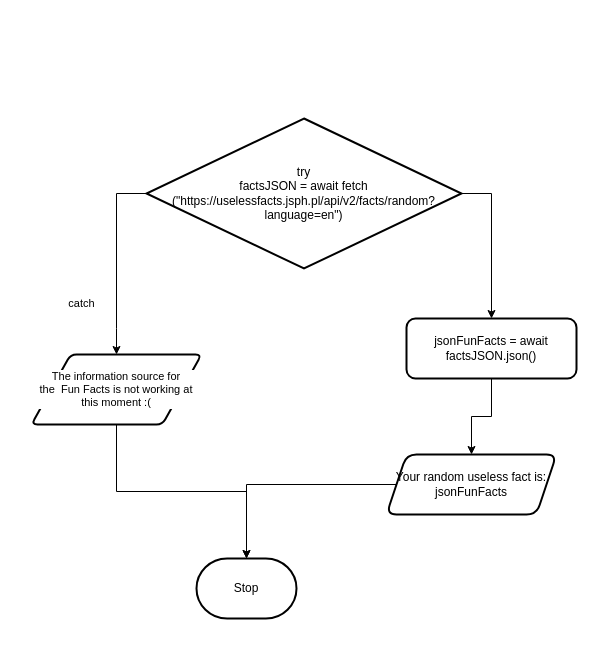
This is design/flowchart.drawio from MTHS-ICD2O-1-2024/ICD2O-Assignment-06-Olivia-Ten-Den, a draw.io file, before an edit. Source tidied: cells renumbered, new cells numbered last; positions are measured from the earlier drawing's top-left corner, leaving out a move shared by most shapes. Both pictures are drawn from the tidied source at 100%, with x=0, y=0 at pixel (31, 118).
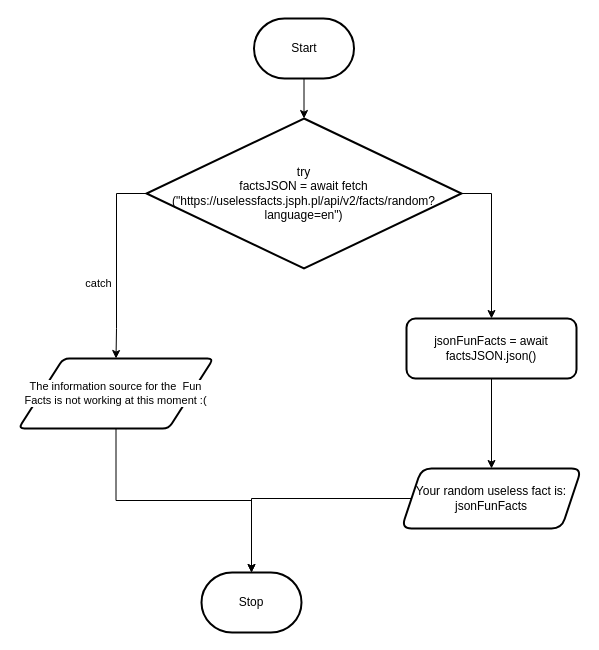
Above is the later version.

Diff of the diagram source:
```diff
@@
 <mxGraphModel>
   <root>
     <mxCell id="0" />
     <mxCell id="1" parent="0" />
     <mxCell id="2" value="Stop" style="strokeWidth=2;html=1;shape=mxgraph.flowchart.terminator;whiteSpace=wrap;" parent="1" vertex="1">
-      <mxGeometry x="165" y="440" width="100" height="60" as="geometry" />
+      <mxGeometry x="170" y="454" width="100" height="60" as="geometry" />
     </mxCell>
     <mxCell id="3" style="edgeStyle=orthogonalEdgeStyle;shape=connector;rounded=0;html=1;strokeColor=default;align=center;verticalAlign=middle;fontFamily=Helvetica;fontSize=11;fontColor=default;labelBackgroundColor=default;endArrow=classic;entryX=0.5;entryY=0;entryDx=0;entryDy=0;" parent="1" edge="1" source="5" target="6">
       <mxGeometry relative="1" as="geometry">
         <Array as="points">
           <mxPoint x="85" y="75" />
           <mxPoint x="85" y="210" />
         </Array>
       </mxGeometry>
     </mxCell>
     <mxCell id="4" style="edgeStyle=orthogonalEdgeStyle;shape=connector;rounded=0;html=1;strokeColor=default;align=center;verticalAlign=middle;fontFamily=Helvetica;fontSize=11;fontColor=default;labelBackgroundColor=default;endArrow=classic;entryX=0.5;entryY=0;entryDx=0;entryDy=0;" parent="1" edge="1" source="5" target="9">
       <mxGeometry relative="1" as="geometry">
         <Array as="points">
           <mxPoint x="460" y="75" />
         </Array>
       </mxGeometry>
     </mxCell>
     <mxCell id="5" value="try&lt;div&gt;factsJSON = await fetch&lt;/div&gt;&lt;div&gt;(&quot;https://uselessfacts.jsph.pl/api/v2/facts/random?language=en&quot;)&lt;/div&gt;" style="rhombus;whiteSpace=wrap;html=1;strokeWidth=2;" parent="1" vertex="1">
       <mxGeometry x="115" width="315" height="150" as="geometry" />
     </mxCell>
     <mxCell id="6" value="The information source for the&amp;nbsp;&lt;span style=&quot;color: rgb(0, 0, 0);&quot;&gt;&amp;nbsp;Fun Facts&amp;nbsp;&lt;/span&gt;is not working at this moment :(" style="shape=parallelogram;html=1;strokeWidth=2;perimeter=parallelogramPerimeter;whiteSpace=wrap;rounded=1;arcSize=12;size=0.23;fontFamily=Helvetica;fontSize=11;fontColor=default;labelBackgroundColor=default;" parent="1" vertex="1">
-      <mxGeometry y="236" width="170" height="70" as="geometry" />
+      <mxGeometry x="-13" y="240" width="195" height="70" as="geometry" />
     </mxCell>
     <mxCell id="7" value="catch" style="text;html=1;align=center;verticalAlign=middle;strokeColor=none;fillColor=none;fontFamily=Helvetica;fontSize=11;fontColor=default;labelBackgroundColor=default;" parent="1" vertex="1">
-      <mxGeometry x="25" y="170" width="50" height="30" as="geometry" />
+      <mxGeometry x="42" y="150" width="50" height="30" as="geometry" />
     </mxCell>
     <mxCell id="8" style="edgeStyle=orthogonalEdgeStyle;shape=connector;rounded=0;html=1;strokeColor=default;align=center;verticalAlign=middle;fontFamily=Helvetica;fontSize=11;fontColor=default;labelBackgroundColor=default;endArrow=classic;" parent="1" edge="1" source="9" target="10">
       <mxGeometry relative="1" as="geometry" />
     </mxCell>
     <mxCell id="9" value="jsonFunFacts = await factsJSON.json()" style="rounded=1;whiteSpace=wrap;html=1;strokeWidth=2;" parent="1" vertex="1">
       <mxGeometry x="375" y="200" width="170" height="60" as="geometry" />
     </mxCell>
     <mxCell id="10" value="Your random useless fact is: jsonFunFacts" style="shape=parallelogram;perimeter=parallelogramPerimeter;whiteSpace=wrap;html=1;fixedSize=1;rounded=1;strokeWidth=2;" parent="1" vertex="1">
-      <mxGeometry x="355" y="336" width="170" height="60" as="geometry" />
+      <mxGeometry x="370" y="350" width="180" height="60" as="geometry" />
     </mxCell>
     <mxCell id="11" style="edgeStyle=orthogonalEdgeStyle;shape=connector;rounded=0;html=1;entryX=0.5;entryY=0;entryDx=0;entryDy=0;entryPerimeter=0;strokeColor=default;align=center;verticalAlign=middle;fontFamily=Helvetica;fontSize=11;fontColor=default;labelBackgroundColor=default;endArrow=classic;" parent="1" edge="1" source="6" target="2">
       <mxGeometry relative="1" as="geometry" />
     </mxCell>
     <mxCell id="12" style="edgeStyle=orthogonalEdgeStyle;shape=connector;rounded=0;html=1;entryX=0.5;entryY=0;entryDx=0;entryDy=0;entryPerimeter=0;strokeColor=default;align=center;verticalAlign=middle;fontFamily=Helvetica;fontSize=11;fontColor=default;labelBackgroundColor=default;endArrow=classic;" parent="1" edge="1" source="10" target="2">
       <mxGeometry relative="1" as="geometry" />
     </mxCell>
+    <mxCell id="13" style="edgeStyle=orthogonalEdgeStyle;shape=connector;rounded=0;html=1;strokeColor=default;align=center;verticalAlign=middle;fontFamily=Helvetica;fontSize=11;fontColor=default;labelBackgroundColor=default;endArrow=classic;" parent="1" edge="1" source="14" target="5">
+      <mxGeometry relative="1" as="geometry" />
+    </mxCell>
+    <mxCell id="14" value="Start" style="strokeWidth=2;html=1;shape=mxgraph.flowchart.terminator;whiteSpace=wrap;" parent="1" vertex="1">
+      <mxGeometry x="222.5" y="-100" width="100" height="60" as="geometry" />
+    </mxCell>
   </root>
 </mxGraphModel>
```
